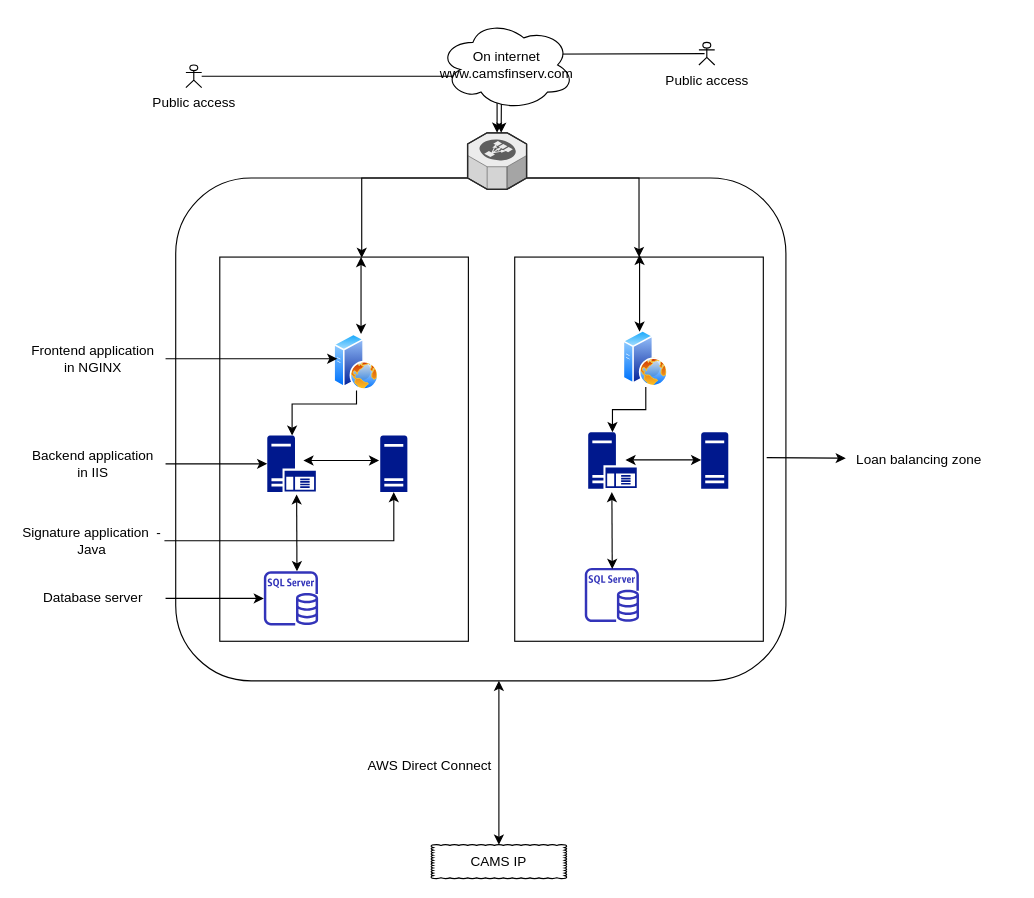
ajaykarth-devops/flipkart keeps this draw.io diagram as Untitled Diagram.drawio. Above is the earlier version. Source tidied: cells renumbered, new cells numbered last; positions are measured from the earlier drawing's top-left corner, leaving out a move shared by most shapes. Both pictures are drawn from the tidied source at 113%, with x=0, y=0 at pixel (19, 19).
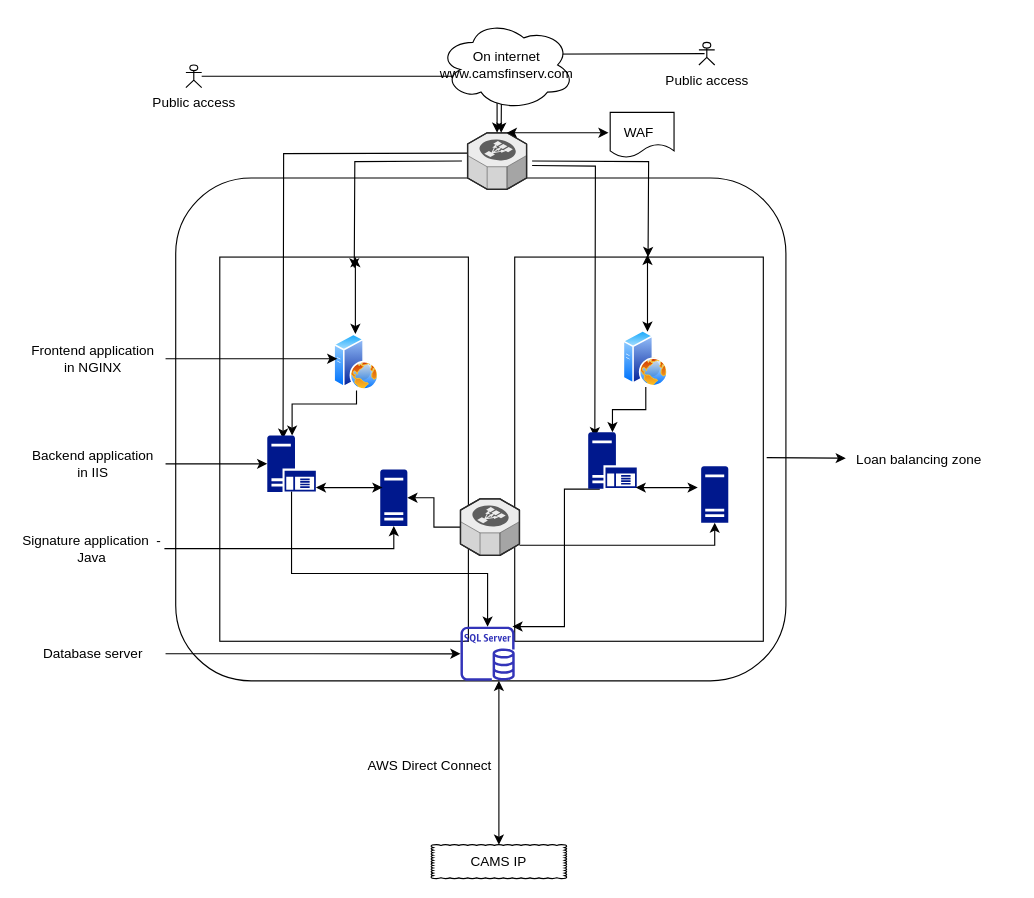
The same diagram, later.

Unchanged cells that the change refers to:
```xml
<mxCell id="3" style="rounded=0;whiteSpace=wrap;html=1;" parent="1" vertex="1">
  <mxGeometry x="438" y="210" width="220" height="340" as="geometry" />
</mxCell>
<mxCell id="4" style="rounded=0;whiteSpace=wrap;html=1;" parent="1" vertex="1">
  <mxGeometry x="177" y="210" width="220" height="340" as="geometry" />
</mxCell>
<mxCell id="8" style="verticalLabelPosition=bottom;html=1;verticalAlign=top;strokeWidth=1;align=center;outlineConnect=0;dashed=0;outlineConnect=0;shape=mxgraph.aws3d.elasticLoadBalancing;fillColor=#ECECEC;strokeColor=#5E5E5E;" parent="1" vertex="1">
  <mxGeometry x="396.3" y="100" width="52.2" height="50" as="geometry" />
</mxCell>
<mxCell id="9" style="shadow=0;dashed=0;html=1;strokeColor=none;labelPosition=center;verticalLabelPosition=bottom;verticalAlign=top;align=center;fillColor=#00188D;shape=mxgraph.mscae.enterprise.application_server;" parent="1" vertex="1">
  <mxGeometry x="219" y="368" width="43" height="50" as="geometry" />
</mxCell>
```

Change to the diagram source:
```diff
@@
+    <mxCell id="42" style="shape=document;whiteSpace=wrap;html=1;boundedLbl=1;" parent="1" vertex="1">
+      <mxGeometry x="522.5" y="82" width="56.5" height="40" as="geometry" />
+    </mxCell>
@@
     <mxCell id="5" style="shadow=0;dashed=0;html=1;strokeColor=none;labelPosition=center;verticalLabelPosition=bottom;verticalAlign=top;align=center;fillColor=#00188D;shape=mxgraph.mscae.enterprise.server_generic;" parent="1" vertex="1">
-      <mxGeometry x="319" y="368" width="24" height="50" as="geometry" />
+      <mxGeometry x="319" y="398" width="24" height="50" as="geometry" />
     </mxCell>
-    <mxCell id="6" style="edgeStyle=orthogonalEdgeStyle;rounded=0;jettySize=auto;html=1;entryX=0.571;entryY=0.002;entryDx=0;entryDy=0;entryPerimeter=0;" parent="1" edge="1" source="8" target="4">
-      <mxGeometry relative="1" as="geometry">
-        <Array as="points">
-          <mxPoint x="303" y="140" />
-        </Array>
-      </mxGeometry>
-    </mxCell>
-    <mxCell id="7" style="edgeStyle=orthogonalEdgeStyle;rounded=0;jettySize=auto;html=1;entryX=0.5;entryY=0;entryDx=0;entryDy=0;" parent="1" edge="1" source="8" target="3">
-      <mxGeometry relative="1" as="geometry">
-        <Array as="points">
-          <mxPoint x="548" y="140" />
-        </Array>
-      </mxGeometry>
-    </mxCell>
+    <mxCell id="43" style="edgeStyle=orthogonalEdgeStyle;rounded=0;orthogonalLoop=1;jettySize=auto;html=1;" parent="1" edge="1">
+      <mxGeometry relative="1" as="geometry">
+        <mxPoint x="391.3" y="125" as="sourcePoint" />
+        <mxPoint x="296" y="220" as="targetPoint" />
+      </mxGeometry>
+    </mxCell>
+    <mxCell id="44" style="edgeStyle=orthogonalEdgeStyle;rounded=0;orthogonalLoop=1;jettySize=auto;html=1;" parent="1" edge="1">
+      <mxGeometry relative="1" as="geometry">
+        <mxPoint x="453.4" y="125" as="sourcePoint" />
+        <mxPoint x="556" y="210" as="targetPoint" />
+      </mxGeometry>
+    </mxCell>
+    <mxCell id="45" style="edgeStyle=orthogonalEdgeStyle;rounded=0;orthogonalLoop=1;jettySize=auto;html=1;entryX=0.326;entryY=0.193;entryDx=0;entryDy=0;entryPerimeter=0;" parent="1" edge="1">
+      <mxGeometry relative="1" as="geometry">
+        <mxPoint x="396.3" y="118" as="sourcePoint" />
+        <mxPoint x="233" y="370.7" as="targetPoint" />
+      </mxGeometry>
+    </mxCell>
+    <mxCell id="46" style="edgeStyle=orthogonalEdgeStyle;rounded=0;orthogonalLoop=1;jettySize=auto;html=1;entryX=0.02;entryY=0.01;entryDx=0;entryDy=0;entryPerimeter=0;" parent="1" edge="1">
+      <mxGeometry relative="1" as="geometry">
+        <mxPoint x="453.4" y="129" as="sourcePoint" />
+        <mxPoint x="508.9" y="369.5" as="targetPoint" />
+      </mxGeometry>
+    </mxCell>
@@
+    <mxCell id="47" style="edgeStyle=orthogonalEdgeStyle;rounded=0;jettySize=auto;html=1;exitX=0.5;exitY=0.99;exitDx=0;exitDy=0;exitPerimeter=0;" parent="1" edge="1" source="9" target="10">
+      <mxGeometry relative="1" as="geometry">
+        <Array as="points">
+          <mxPoint x="241" y="490" />
+          <mxPoint x="414" y="490" />
+        </Array>
+      </mxGeometry>
+    </mxCell>
@@
     <mxCell id="10" style="outlineConnect=0;fontColor=#232F3E;gradientColor=none;fillColor=#3334B9;strokeColor=none;dashed=0;verticalLabelPosition=bottom;verticalAlign=top;align=center;html=1;fontSize=12;fontStyle=0;shape=mxgraph.aws4.rds_sql_server_instance;" parent="1" vertex="1">
-      <mxGeometry x="216" y="488" width="48" height="48" as="geometry" />
+      <mxGeometry x="390" y="537" width="48" height="48" as="geometry" />
     </mxCell>
@@
     <mxCell id="13" style="shadow=0;dashed=0;html=1;strokeColor=none;labelPosition=center;verticalLabelPosition=bottom;verticalAlign=top;align=center;fillColor=#00188D;shape=mxgraph.mscae.enterprise.server_generic;" parent="1" vertex="1">
-      <mxGeometry x="603" y="365" width="24" height="50" as="geometry" />
+      <mxGeometry x="603" y="395" width="24" height="50" as="geometry" />
     </mxCell>
+    <mxCell id="48" style="edgeStyle=elbowEdgeStyle;rounded=0;orthogonalLoop=1;jettySize=auto;html=1;entryX=0.646;entryY=-0.146;entryDx=0;entryDy=0;entryPerimeter=0;exitX=-0.109;exitY=0.867;exitDx=0;exitDy=0;exitPerimeter=0;" parent="1" edge="1">
+      <mxGeometry relative="1" as="geometry">
+        <mxPoint x="513.3" y="415.4" as="sourcePoint" />
+        <mxPoint x="436" y="537" as="targetPoint" />
+        <Array as="points">
+          <mxPoint x="482" y="482" />
+        </Array>
+      </mxGeometry>
+    </mxCell>
@@
-    <mxCell id="15" style="fontColor=#232F3E;gradientColor=none;fillColor=#3334B9;strokeColor=none;dashed=0;verticalLabelPosition=bottom;verticalAlign=top;align=center;html=1;fontSize=12;fontStyle=0;shape=mxgraph.aws4.rds_sql_server_instance;" parent="1" vertex="1">
-      <mxGeometry x="500" y="485" width="48" height="48" as="geometry" />
-    </mxCell>
@@
     <mxCell id="18" style="endArrow=classic;startArrow=classic;html=1;" parent="1" edge="1">
       <mxGeometry relative="1" as="geometry">
-        <mxPoint x="302" y="278" as="sourcePoint" />
-        <mxPoint x="302" y="210" as="targetPoint" />
+        <mxPoint x="297" y="278" as="sourcePoint" />
+        <mxPoint x="297" y="210" as="targetPoint" />
       </mxGeometry>
     </mxCell>
     <mxCell id="19" style="endArrow=classic;startArrow=classic;html=1;" parent="1" edge="1">
       <mxGeometry relative="1" as="geometry">
-        <mxPoint x="548.5" y="276" as="sourcePoint" />
-        <mxPoint x="548.5" y="208" as="targetPoint" />
+        <mxPoint x="555.5" y="276" as="sourcePoint" />
+        <mxPoint x="555.5" y="208" as="targetPoint" />
       </mxGeometry>
     </mxCell>
-    <mxCell id="20" style="endArrow=classic;startArrow=classic;html=1;" parent="1" edge="1">
+    <mxCell id="20" style="endArrow=classic;startArrow=classic;html=1;entryX=0.083;entryY=0.32;entryDx=0;entryDy=0;entryPerimeter=0;" parent="1" edge="1" target="5">
       <mxGeometry relative="1" as="geometry">
-        <mxPoint x="251" y="390" as="sourcePoint" />
-        <mxPoint x="318" y="390" as="targetPoint" />
+        <mxPoint x="262" y="414" as="sourcePoint" />
       </mxGeometry>
     </mxCell>
     <mxCell id="21" style="endArrow=classic;startArrow=classic;html=1;" parent="1" edge="1">
       <mxGeometry relative="1" as="geometry">
-        <mxPoint x="536" y="389.5" as="sourcePoint" />
-        <mxPoint x="603" y="389.5" as="targetPoint" />
+        <mxPoint x="545" y="414" as="sourcePoint" />
+        <mxPoint x="600" y="414" as="targetPoint" />
       </mxGeometry>
     </mxCell>
-    <mxCell id="22" style="endArrow=classic;startArrow=classic;html=1;" parent="1" edge="1">
-      <mxGeometry relative="1" as="geometry">
-        <mxPoint x="245.3" y="488" as="sourcePoint" />
-        <mxPoint x="245" y="420" as="targetPoint" />
-      </mxGeometry>
-    </mxCell>
-    <mxCell id="23" style="endArrow=classic;startArrow=classic;html=1;" parent="1" edge="1">
-      <mxGeometry relative="1" as="geometry">
-        <mxPoint x="524.3" y="486" as="sourcePoint" />
-        <mxPoint x="524" y="418" as="targetPoint" />
-      </mxGeometry>
-    </mxCell>
@@
     <mxCell id="34" value="Signature application&amp;nbsp; - Java" style="text;html=1;strokeColor=none;fillColor=none;align=center;verticalAlign=middle;whiteSpace=wrap;rounded=0;" parent="1" vertex="1">
-      <mxGeometry y="451" width="128" height="20" as="geometry" />
+      <mxGeometry y="458" width="128" height="20" as="geometry" />
     </mxCell>
@@
     <mxCell id="36" value="Database server" style="text;html=1;strokeColor=none;fillColor=none;align=center;verticalAlign=middle;whiteSpace=wrap;rounded=0;" parent="1" vertex="1">
-      <mxGeometry x="1" y="502" width="128" height="20" as="geometry" />
+      <mxGeometry x="1" y="551" width="128" height="20" as="geometry" />
     </mxCell>
@@
+    <mxCell id="49" style="endArrow=classic;startArrow=classic;html=1;" parent="1" edge="1">
+      <mxGeometry relative="1" as="geometry">
+        <mxPoint x="431" y="100" as="sourcePoint" />
+        <mxPoint x="521" y="100" as="targetPoint" />
+      </mxGeometry>
+    </mxCell>
+    <mxCell id="50" value="WAF" style="text;html=1;strokeColor=none;fillColor=none;align=center;verticalAlign=middle;whiteSpace=wrap;rounded=0;" parent="1" vertex="1">
+      <mxGeometry x="528" y="90" width="40" height="20" as="geometry" />
+    </mxCell>
+    <mxCell id="51" style="edgeStyle=orthogonalEdgeStyle;rounded=0;jettySize=auto;html=1;" parent="1" edge="1" source="53" target="5">
+      <mxGeometry relative="1" as="geometry" />
+    </mxCell>
+    <mxCell id="52" style="edgeStyle=orthogonalEdgeStyle;rounded=0;jettySize=auto;html=1;entryX=0.5;entryY=1;entryDx=0;entryDy=0;entryPerimeter=0;" parent="1" edge="1" source="53" target="13">
+      <mxGeometry relative="1" as="geometry">
+        <Array as="points">
+          <mxPoint x="615" y="465" />
+        </Array>
+      </mxGeometry>
+    </mxCell>
+    <mxCell id="53" style="verticalLabelPosition=bottom;html=1;verticalAlign=top;strokeWidth=1;align=center;outlineConnect=0;dashed=0;outlineConnect=0;shape=mxgraph.aws3d.elasticLoadBalancing;fillColor=#ECECEC;strokeColor=#5E5E5E;" parent="1" vertex="1">
+      <mxGeometry x="390" y="424" width="52.2" height="50" as="geometry" />
+    </mxCell>
```
